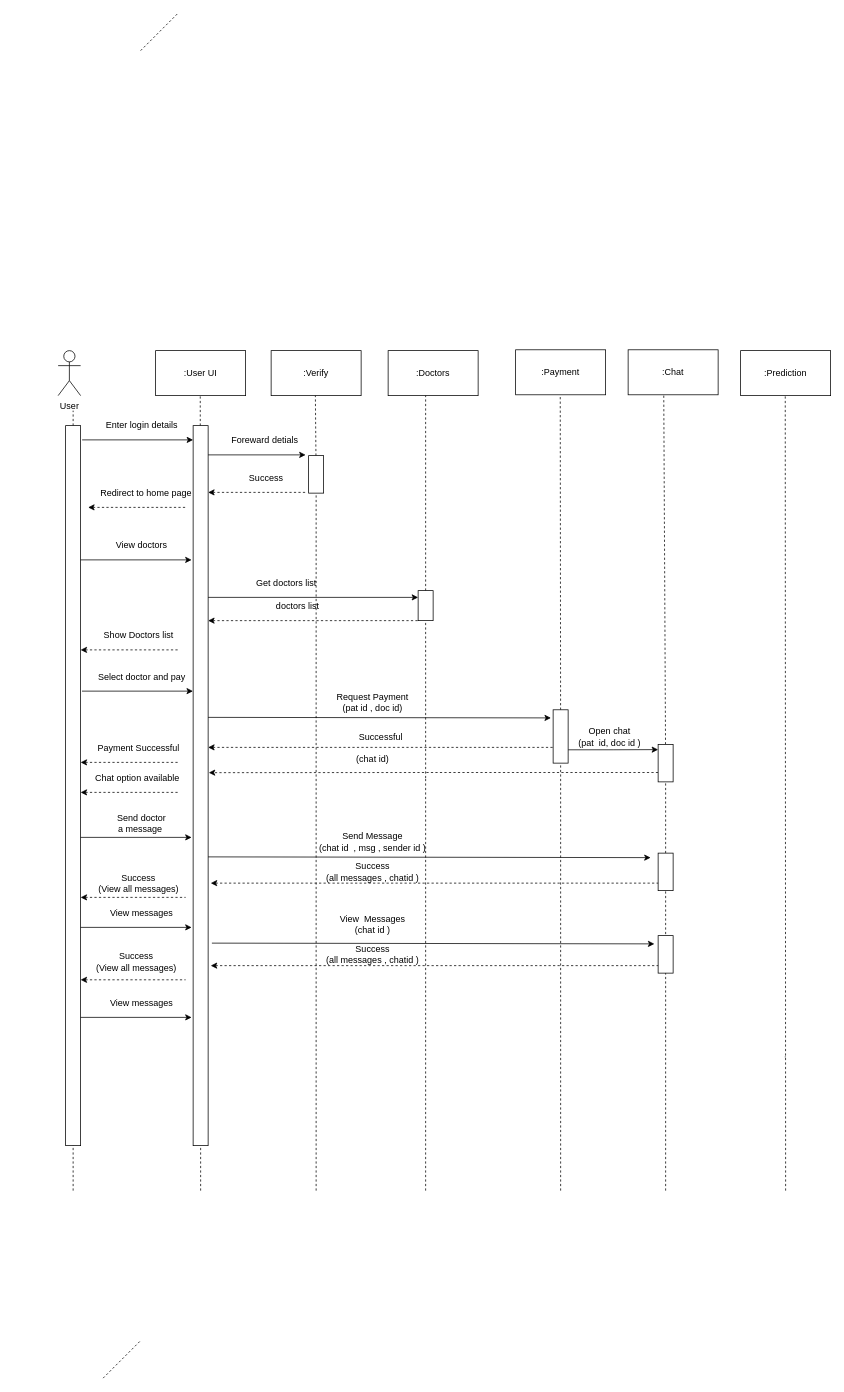
This is page "sequence diagram" (8 of 12) of stqa.drawio from MohitBurkule/doctorconnect, a draw.io file, before an edit. Source tidied: cells renumbered, new cells numbered last; positions are measured from the earlier drawing's top-left corner, leaving out a move shared by most shapes. Both pictures are drawn from the tidied source at 75%, with x=0, y=0 at pixel (58, 13).
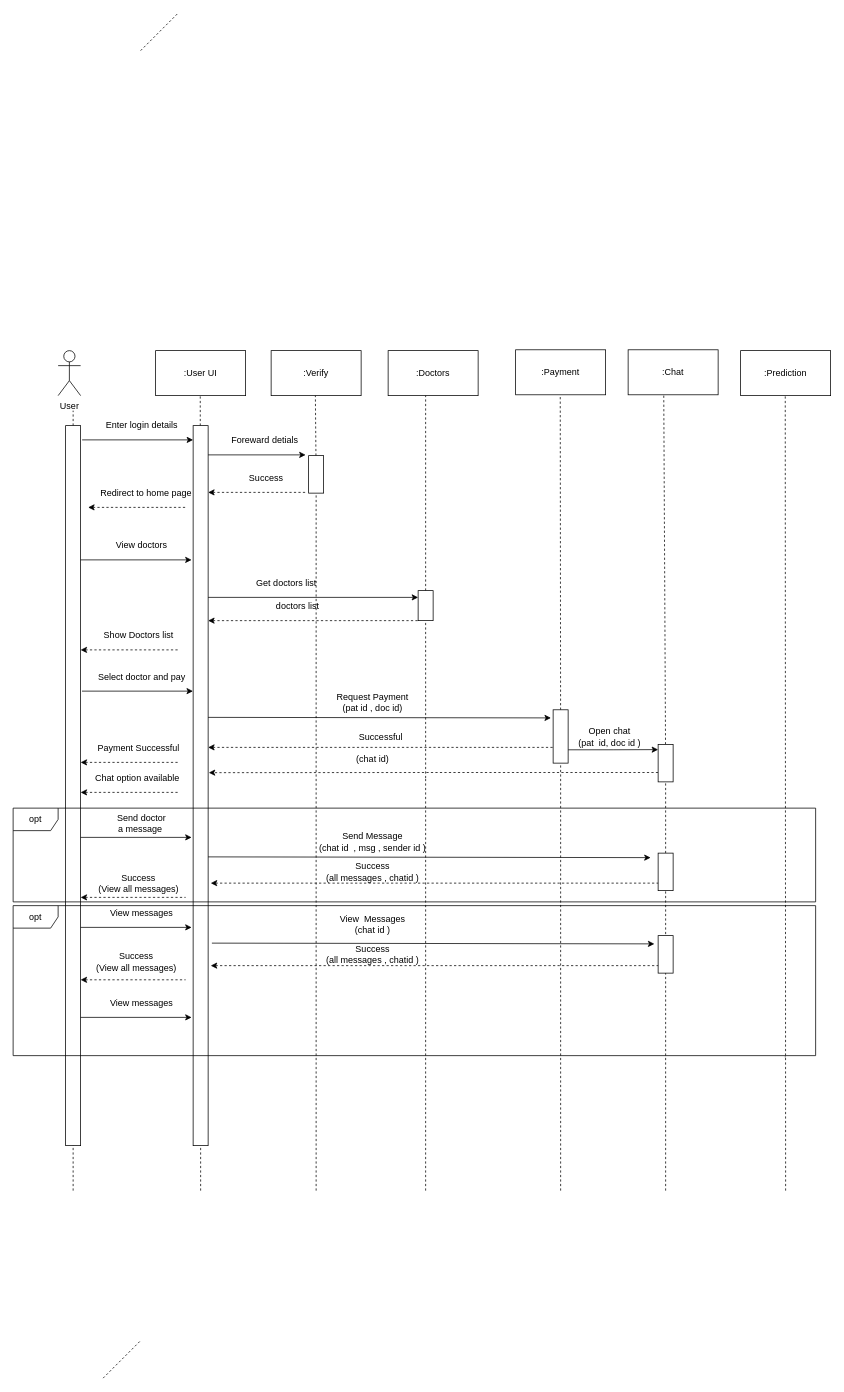
The same diagram, later.

What changed in the source:
```diff
@@
+    <mxCell id="96" value="opt" style="shape=umlFrame;whiteSpace=wrap;html=1;" parent="1" vertex="1">
+      <mxGeometry x="-60" y="1190" width="1070" height="200" as="geometry" />
+    </mxCell>
+    <mxCell id="97" value="opt" style="shape=umlFrame;whiteSpace=wrap;html=1;" parent="1" vertex="1">
+      <mxGeometry x="-60" y="1060" width="1070" height="125" as="geometry" />
+    </mxCell>
```
